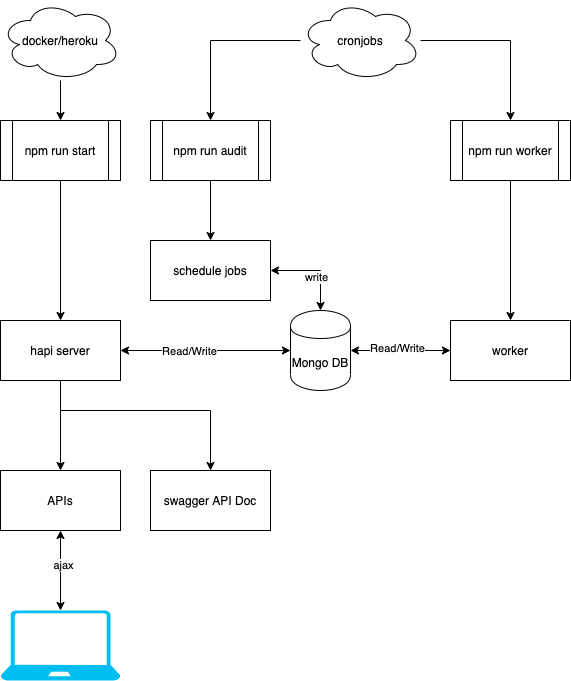
Earlier version of the draw.io export doc/assets/lhd_arch.png (lighthouse-dashboard/lighthouse-dashboard). Source tidied: cells renumbered, new cells last; positions are measured from the earlier drawing's top-left corner, leaving out a move shared by most shapes.
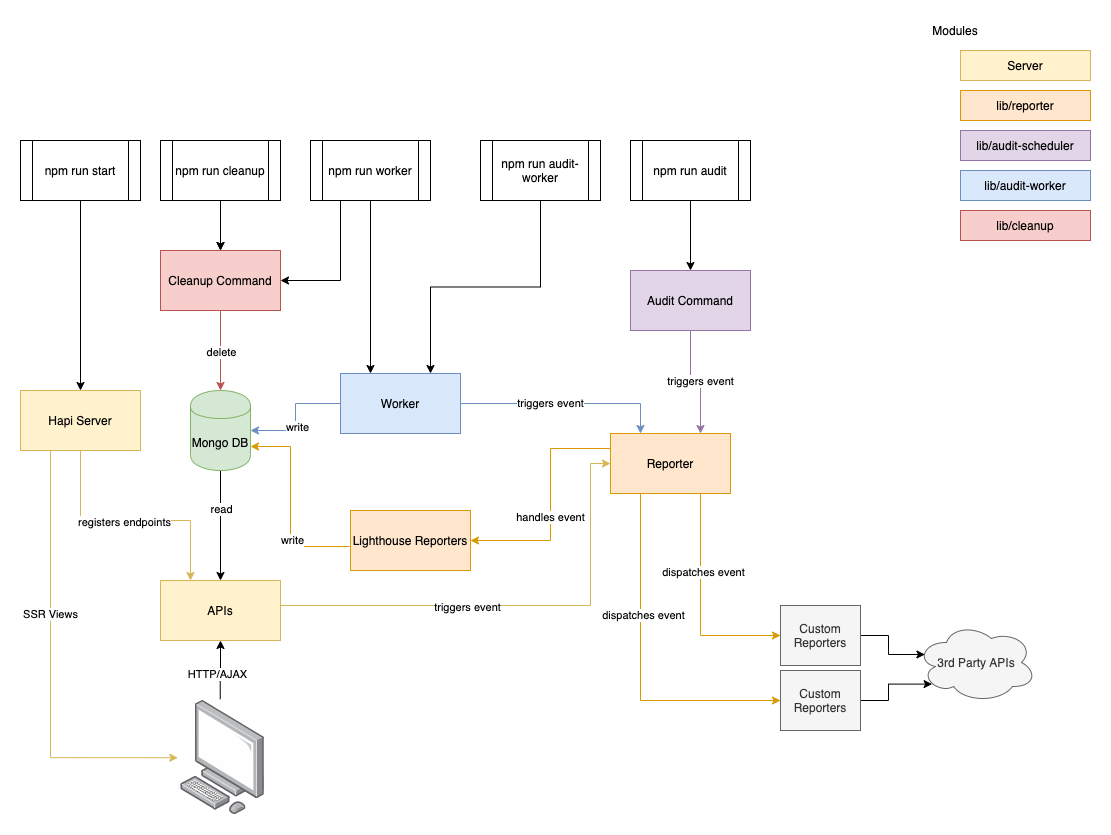
Later version of the same file.

Change to the diagram source:
```diff
@@ -1,95 +1,214 @@
-<mxGraphModel>
+<mxGraphModel background="#ffffff">
   <root>
     <mxCell id="0" />
     <mxCell id="1" parent="0" />
-    <mxCell id="2" style="edgeStyle=orthogonalEdgeStyle;rounded=0;jettySize=auto;html=1;" parent="1" edge="1" source="3" target="12">
-      <mxGeometry relative="1" as="geometry" />
-    </mxCell>
+    <mxCell id="30" style="edgeStyle=orthogonalEdgeStyle;rounded=0;jettySize=auto;html=1;" parent="1" edge="1" source="15" target="22">
+      <mxGeometry relative="1" as="geometry" />
+    </mxCell>
+    <mxCell id="31" value="read" style="edgeLabel;html=1;align=center;verticalAlign=middle;" parent="30" vertex="1">
+      <mxGeometry x="-0.31" relative="1" as="geometry" />
+    </mxCell>
+    <mxCell id="15" value="Mongo DB&lt;br&gt;" style="shape=cylinder;whiteSpace=wrap;html=1;boundedLbl=1;backgroundOutline=1;fillColor=#d5e8d4;strokeColor=#82b366;" parent="1" vertex="1">
+      <mxGeometry x="180" y="250" width="60" height="80" as="geometry" />
+    </mxCell>
+    <mxCell id="32" style="edgeStyle=orthogonalEdgeStyle;rounded=0;jettySize=auto;html=1;exitX=0.473;exitY=-0.012;exitDx=0;exitDy=0;exitPerimeter=0;" parent="1" edge="1" source="59" target="22">
+      <mxGeometry relative="1" as="geometry" />
+    </mxCell>
+    <mxCell id="33" value="HTTP/AJAX" style="edgeLabel;html=1;align=center;verticalAlign=middle;" parent="32" vertex="1">
+      <mxGeometry x="-0.16" y="3" relative="1" as="geometry" />
+    </mxCell>
+    <mxCell id="34" style="edgeStyle=orthogonalEdgeStyle;rounded=0;jettySize=auto;html=1;entryX=0;entryY=0.5;entryDx=0;entryDy=0;fillColor=#fff2cc;strokeColor=#d6b656;" parent="1" edge="1" source="22" target="58">
+      <mxGeometry relative="1" as="geometry">
+        <Array as="points">
+          <mxPoint x="580" y="465" />
+          <mxPoint x="580" y="323" />
+        </Array>
+      </mxGeometry>
+    </mxCell>
+    <mxCell id="35" value="triggers event" style="edgeLabel;html=1;align=center;verticalAlign=middle;" parent="34" vertex="1">
+      <mxGeometry x="-0.21" y="-1" relative="1" as="geometry" />
+    </mxCell>
+    <mxCell id="22" value="APIs" style="rounded=0;whiteSpace=wrap;html=1;fillColor=#fff2cc;strokeColor=#d6b656;" parent="1" vertex="1">
+      <mxGeometry x="150" y="440" width="120" height="60" as="geometry" />
+    </mxCell>
+    <mxCell id="36" style="edgeStyle=orthogonalEdgeStyle;rounded=0;jettySize=auto;html=1;entryX=1;entryY=0.5;entryDx=0;entryDy=0;fillColor=#dae8fc;strokeColor=#6c8ebf;" parent="1" edge="1" source="39" target="15">
+      <mxGeometry relative="1" as="geometry" />
+    </mxCell>
+    <mxCell id="37" value="write" style="edgeLabel;html=1;align=center;verticalAlign=middle;" parent="36" vertex="1">
+      <mxGeometry x="0.16" y="1" relative="1" as="geometry" />
+    </mxCell>
+    <mxCell id="38" value="triggers event" style="edgeStyle=orthogonalEdgeStyle;rounded=0;jettySize=auto;html=1;entryX=0.25;entryY=0;entryDx=0;entryDy=0;fillColor=#dae8fc;strokeColor=#6c8ebf;" parent="1" edge="1" source="39" target="58">
+      <mxGeometry x="-0.14" relative="1" as="geometry">
+        <Array as="points">
+          <mxPoint x="630" y="263" />
+        </Array>
+      </mxGeometry>
+    </mxCell>
+    <mxCell id="39" value="Worker" style="rounded=0;whiteSpace=wrap;html=1;fillColor=#dae8fc;strokeColor=#6c8ebf;" parent="1" vertex="1">
+      <mxGeometry x="330" y="233" width="120" height="60" as="geometry" />
+    </mxCell>
+    <mxCell id="40" style="edgeStyle=orthogonalEdgeStyle;rounded=0;jettySize=auto;html=1;entryX=0.75;entryY=0;entryDx=0;entryDy=0;exitX=0.5;exitY=1;exitDx=0;exitDy=0;fillColor=#e1d5e7;strokeColor=#9673a6;" parent="1" edge="1" source="42" target="58">
+      <mxGeometry relative="1" as="geometry" />
+    </mxCell>
+    <mxCell id="41" value="triggers event" style="edgeLabel;html=1;align=center;verticalAlign=middle;" parent="40" vertex="1">
+      <mxGeometry x="0.09" y="1" relative="1" as="geometry" />
+    </mxCell>
+    <mxCell id="42" value="Audit Command" style="rounded=0;whiteSpace=wrap;html=1;fillColor=#e1d5e7;strokeColor=#9673a6;" parent="1" vertex="1">
+      <mxGeometry x="620" y="130" width="120" height="60" as="geometry" />
+    </mxCell>
+    <mxCell id="43" style="edgeStyle=orthogonalEdgeStyle;rounded=0;jettySize=auto;html=1;entryX=0.5;entryY=0;entryDx=0;entryDy=0;" parent="1" edge="1" source="5" target="42">
+      <mxGeometry relative="1" as="geometry" />
+    </mxCell>
+    <mxCell id="5" value="npm run audit" style="shape=process;whiteSpace=wrap;html=1;backgroundOutline=1;" parent="1" vertex="1">
+      <mxGeometry x="620" width="120" height="60" as="geometry" />
+    </mxCell>
+    <mxCell id="44" style="edgeStyle=orthogonalEdgeStyle;rounded=0;jettySize=auto;html=1;entryX=0.75;entryY=0;entryDx=0;entryDy=0;exitX=0.5;exitY=1;exitDx=0;exitDy=0;" parent="1" edge="1" source="45" target="39">
+      <mxGeometry relative="1" as="geometry" />
+    </mxCell>
+    <mxCell id="45" value="npm run audit-worker" style="shape=process;whiteSpace=wrap;html=1;backgroundOutline=1;" parent="1" vertex="1">
+      <mxGeometry x="470" width="120" height="60" as="geometry" />
+    </mxCell>
+    <mxCell id="46" style="edgeStyle=orthogonalEdgeStyle;rounded=0;jettySize=auto;html=1;" parent="1" edge="1" source="3" target="51">
+      <mxGeometry relative="1" as="geometry" />
+    </mxCell>
     <mxCell id="3" value="npm run start" style="shape=process;whiteSpace=wrap;html=1;backgroundOutline=1;" parent="1" vertex="1">
-      <mxGeometry y="120" width="120" height="60" as="geometry" />
+      <mxGeometry x="10" width="120" height="60" as="geometry" />
     </mxCell>
-    <mxCell id="4" style="edgeStyle=orthogonalEdgeStyle;rounded=0;jettySize=auto;html=1;startArrow=none;startFill=0;" parent="1" edge="1" source="5" target="19">
-      <mxGeometry relative="1" as="geometry" />
-    </mxCell>
-    <mxCell id="5" value="npm run audit" style="shape=process;whiteSpace=wrap;html=1;backgroundOutline=1;" parent="1" vertex="1">
-      <mxGeometry x="150" y="120" width="120" height="60" as="geometry" />
-    </mxCell>
-    <mxCell id="6" style="edgeStyle=orthogonalEdgeStyle;rounded=0;jettySize=auto;html=1;startArrow=none;startFill=0;" parent="1" edge="1" source="7" target="16">
-      <mxGeometry relative="1" as="geometry" />
-    </mxCell>
+    <mxCell id="47" style="edgeStyle=orthogonalEdgeStyle;rounded=0;jettySize=auto;html=1;entryX=0.25;entryY=0;entryDx=0;entryDy=0;fillColor=#fff2cc;strokeColor=#d6b656;" parent="1" edge="1" source="51" target="22">
+      <mxGeometry relative="1" as="geometry">
+        <Array as="points">
+          <mxPoint x="70" y="380" />
+          <mxPoint x="180" y="380" />
+        </Array>
+      </mxGeometry>
+    </mxCell>
+    <mxCell id="48" value="registers endpoints" style="edgeLabel;html=1;align=center;verticalAlign=middle;" parent="47" vertex="1">
+      <mxGeometry x="-0.06" y="-1" relative="1" as="geometry" />
+    </mxCell>
+    <mxCell id="49" style="edgeStyle=orthogonalEdgeStyle;rounded=0;jettySize=auto;html=1;exitX=0.25;exitY=1;exitDx=0;exitDy=0;entryX=-0.033;entryY=0.504;entryDx=0;entryDy=0;entryPerimeter=0;fillColor=#fff2cc;strokeColor=#d6b656;" parent="1" edge="1" source="51" target="59">
+      <mxGeometry relative="1" as="geometry">
+        <Array as="points">
+          <mxPoint x="40" y="617" />
+        </Array>
+      </mxGeometry>
+    </mxCell>
+    <mxCell id="50" value="SSR Views" style="edgeLabel;html=1;align=center;verticalAlign=middle;" parent="49" vertex="1">
+      <mxGeometry x="-0.3" y="36" relative="1" as="geometry">
+        <mxPoint x="-36" y="11.7" as="offset" />
+      </mxGeometry>
+    </mxCell>
+    <mxCell id="51" value="Hapi Server" style="rounded=0;whiteSpace=wrap;html=1;fillColor=#fff2cc;strokeColor=#d6b656;" parent="1" vertex="1">
+      <mxGeometry x="10" y="250" width="120" height="60" as="geometry" />
+    </mxCell>
+    <mxCell id="52" style="edgeStyle=orthogonalEdgeStyle;rounded=0;jettySize=auto;html=1;entryX=1;entryY=0.7;entryDx=0;entryDy=0;fillColor=#ffe6cc;strokeColor=#d79b00;" parent="1" edge="1" target="15">
+      <mxGeometry relative="1" as="geometry">
+        <mxPoint x="339" y="406" as="sourcePoint" />
+        <Array as="points">
+          <mxPoint x="280" y="406" />
+          <mxPoint x="280" y="306" />
+        </Array>
+      </mxGeometry>
+    </mxCell>
+    <mxCell id="53" value="write" style="edgeLabel;html=1;align=center;verticalAlign=middle;" parent="52" vertex="1">
+      <mxGeometry x="-0.34" y="-1" relative="1" as="geometry" />
+    </mxCell>
+    <mxCell id="54" style="edgeStyle=orthogonalEdgeStyle;rounded=0;jettySize=auto;html=1;exitX=0.25;exitY=1;exitDx=0;exitDy=0;entryX=0;entryY=0.5;entryDx=0;entryDy=0;fillColor=#ffe6cc;strokeColor=#d79b00;" parent="1" edge="1" source="58" target="61">
+      <mxGeometry relative="1" as="geometry" />
+    </mxCell>
+    <mxCell id="55" value="dispatches event" style="edgeLabel;html=1;align=center;verticalAlign=middle;" parent="54" vertex="1">
+      <mxGeometry x="-0.3" y="2" relative="1" as="geometry" />
+    </mxCell>
+    <mxCell id="56" style="edgeStyle=orthogonalEdgeStyle;rounded=0;jettySize=auto;html=1;entryX=1;entryY=0.5;entryDx=0;entryDy=0;exitX=0;exitY=0.25;exitDx=0;exitDy=0;fillColor=#ffe6cc;strokeColor=#d79b00;" parent="1" edge="1" source="58" target="62">
+      <mxGeometry relative="1" as="geometry">
+        <Array as="points">
+          <mxPoint x="540" y="308" />
+          <mxPoint x="540" y="400" />
+        </Array>
+      </mxGeometry>
+    </mxCell>
+    <mxCell id="57" value="handles event" style="edgeLabel;html=1;align=center;verticalAlign=middle;" parent="56" vertex="1">
+      <mxGeometry x="0.1" y="-1" relative="1" as="geometry" />
+    </mxCell>
+    <mxCell id="58" value="Reporter" style="rounded=0;whiteSpace=wrap;html=1;fillColor=#ffe6cc;strokeColor=#d79b00;" parent="1" vertex="1">
+      <mxGeometry x="600" y="293" width="120" height="60" as="geometry" />
+    </mxCell>
+    <mxCell id="59" style="points=[];html=1;align=center;shadow=0;dashed=0;image;image=img/lib/allied_telesis/computer_and_terminals/Personal_Computer.svg;" parent="1" vertex="1">
+      <mxGeometry x="170.1" y="560" width="83.8" height="113.6" as="geometry" />
+    </mxCell>
+    <mxCell id="60" style="edgeStyle=orthogonalEdgeStyle;rounded=0;jettySize=auto;html=1;entryX=0.13;entryY=0.77;entryDx=0;entryDy=0;entryPerimeter=0;" parent="1" edge="1" source="61" target="67">
+      <mxGeometry relative="1" as="geometry" />
+    </mxCell>
+    <mxCell id="61" value="Custom Reporters" style="rounded=0;whiteSpace=wrap;html=1;fillColor=#f5f5f5;strokeColor=#666666;fontColor=#333333;" parent="1" vertex="1">
+      <mxGeometry x="770" y="530" width="80" height="60" as="geometry" />
+    </mxCell>
+    <mxCell id="62" value="Lighthouse Reporters" style="rounded=0;whiteSpace=wrap;html=1;fillColor=#ffe6cc;strokeColor=#d79b00;" parent="1" vertex="1">
+      <mxGeometry x="340" y="370" width="120" height="60" as="geometry" />
+    </mxCell>
+    <mxCell id="63" style="edgeStyle=orthogonalEdgeStyle;rounded=0;jettySize=auto;html=1;entryX=0.07;entryY=0.4;entryDx=0;entryDy=0;entryPerimeter=0;" parent="1" edge="1" source="64" target="67">
+      <mxGeometry relative="1" as="geometry" />
+    </mxCell>
+    <mxCell id="64" value="Custom Reporters" style="rounded=0;whiteSpace=wrap;html=1;fillColor=#f5f5f5;strokeColor=#666666;fontColor=#333333;" parent="1" vertex="1">
+      <mxGeometry x="770" y="465" width="80" height="60" as="geometry" />
+    </mxCell>
+    <mxCell id="65" style="edgeStyle=orthogonalEdgeStyle;rounded=0;jettySize=auto;html=1;exitX=0.75;exitY=1;exitDx=0;exitDy=0;entryX=0;entryY=0.5;entryDx=0;entryDy=0;fillColor=#ffe6cc;strokeColor=#d79b00;" parent="1" edge="1" source="58" target="64">
+      <mxGeometry relative="1" as="geometry" />
+    </mxCell>
+    <mxCell id="66" value="dispatches event" style="edgeLabel;html=1;align=center;verticalAlign=middle;" parent="65" vertex="1">
+      <mxGeometry x="-0.3" y="2" relative="1" as="geometry" />
+    </mxCell>
+    <mxCell id="67" value="3rd Party APIs" style="ellipse;shape=cloud;whiteSpace=wrap;html=1;fillColor=#f5f5f5;strokeColor=#666666;fontColor=#333333;" parent="1" vertex="1">
+      <mxGeometry x="906" y="482" width="120" height="80" as="geometry" />
+    </mxCell>
+    <mxCell id="68" style="edgeStyle=orthogonalEdgeStyle;rounded=0;jettySize=auto;html=1;" parent="1" edge="1" source="70" target="73">
+      <mxGeometry relative="1" as="geometry" />
+    </mxCell>
+    <mxCell id="69" style="edgeStyle=orthogonalEdgeStyle;rounded=0;jettySize=auto;html=1;" parent="1" edge="1" source="70" target="73">
+      <mxGeometry relative="1" as="geometry" />
+    </mxCell>
+    <mxCell id="70" value="npm run cleanup" style="shape=process;whiteSpace=wrap;html=1;backgroundOutline=1;" parent="1" vertex="1">
+      <mxGeometry x="150" width="120" height="60" as="geometry" />
+    </mxCell>
+    <mxCell id="71" style="edgeStyle=orthogonalEdgeStyle;rounded=0;jettySize=auto;html=1;entryX=0.5;entryY=0;entryDx=0;entryDy=0;fillColor=#f8cecc;strokeColor=#b85450;" parent="1" edge="1" source="73" target="15">
+      <mxGeometry relative="1" as="geometry" />
+    </mxCell>
+    <mxCell id="72" value="delete" style="edgeLabel;html=1;align=center;verticalAlign=middle;" parent="71" vertex="1">
+      <mxGeometry x="0.02" relative="1" as="geometry" />
+    </mxCell>
+    <mxCell id="73" value="Cleanup Command" style="rounded=0;whiteSpace=wrap;html=1;fillColor=#f8cecc;strokeColor=#b85450;" parent="1" vertex="1">
+      <mxGeometry x="150" y="110" width="120" height="60" as="geometry" />
+    </mxCell>
+    <mxCell id="74" style="edgeStyle=orthogonalEdgeStyle;rounded=0;jettySize=auto;html=1;entryX=0.25;entryY=0;entryDx=0;entryDy=0;" parent="1" edge="1" source="7" target="39">
+      <mxGeometry relative="1" as="geometry" />
+    </mxCell>
+    <mxCell id="75" style="edgeStyle=orthogonalEdgeStyle;rounded=0;jettySize=auto;html=1;entryX=1;entryY=0.5;entryDx=0;entryDy=0;exitX=0.25;exitY=1;exitDx=0;exitDy=0;" parent="1" edge="1" source="7" target="73">
+      <mxGeometry relative="1" as="geometry" />
+    </mxCell>
     <mxCell id="7" value="npm run worker" style="shape=process;whiteSpace=wrap;html=1;backgroundOutline=1;" parent="1" vertex="1">
-      <mxGeometry x="450" y="120" width="120" height="60" as="geometry" />
+      <mxGeometry x="300" width="120" height="60" as="geometry" />
     </mxCell>
-    <mxCell id="8" style="edgeStyle=orthogonalEdgeStyle;rounded=0;jettySize=auto;html=1;entryX=0;entryY=0.5;entryDx=0;entryDy=0;startArrow=classic;startFill=1;" parent="1" edge="1" source="12" target="15">
-      <mxGeometry relative="1" as="geometry" />
-    </mxCell>
-    <mxCell id="9" value="Read/Write&lt;br&gt;" style="edgeLabel;html=1;align=center;verticalAlign=middle;" parent="8" vertex="1">
-      <mxGeometry x="-0.2" relative="1" as="geometry" />
-    </mxCell>
-    <mxCell id="10" style="edgeStyle=orthogonalEdgeStyle;rounded=0;jettySize=auto;html=1;entryX=0.5;entryY=0;entryDx=0;entryDy=0;startArrow=none;startFill=0;" parent="1" edge="1" source="12" target="22">
-      <mxGeometry relative="1" as="geometry" />
-    </mxCell>
-    <mxCell id="11" style="edgeStyle=orthogonalEdgeStyle;rounded=0;jettySize=auto;html=1;startArrow=none;startFill=0;" parent="1" edge="1" source="12" target="29">
-      <mxGeometry relative="1" as="geometry">
-        <Array as="points">
-          <mxPoint x="60" y="410" />
-          <mxPoint x="210" y="410" />
-        </Array>
-      </mxGeometry>
-    </mxCell>
-    <mxCell id="12" value="hapi server" style="rounded=0;whiteSpace=wrap;html=1;" parent="1" vertex="1">
-      <mxGeometry y="320" width="120" height="60" as="geometry" />
-    </mxCell>
-    <mxCell id="13" style="edgeStyle=orthogonalEdgeStyle;rounded=0;jettySize=auto;html=1;startArrow=classic;startFill=1;" parent="1" edge="1" source="15" target="16">
-      <mxGeometry relative="1" as="geometry" />
-    </mxCell>
-    <mxCell id="14" value="Read/Write" style="edgeLabel;html=1;align=center;verticalAlign=middle;" parent="13" vertex="1">
-      <mxGeometry x="-0.08" y="3" relative="1" as="geometry" />
-    </mxCell>
-    <mxCell id="15" value="Mongo DB" style="shape=cylinder;whiteSpace=wrap;html=1;boundedLbl=1;backgroundOutline=1;" parent="1" vertex="1">
-      <mxGeometry x="290" y="310" width="60" height="80" as="geometry" />
-    </mxCell>
-    <mxCell id="16" value="worker" style="rounded=0;whiteSpace=wrap;html=1;" parent="1" vertex="1">
-      <mxGeometry x="450" y="320" width="120" height="60" as="geometry" />
-    </mxCell>
-    <mxCell id="17" style="edgeStyle=orthogonalEdgeStyle;rounded=0;jettySize=auto;html=1;startArrow=classic;startFill=1;" parent="1" edge="1" source="19" target="15">
-      <mxGeometry relative="1" as="geometry" />
-    </mxCell>
-    <mxCell id="18" value="write" style="edgeLabel;html=1;align=center;verticalAlign=middle;" parent="17" vertex="1">
-      <mxGeometry y="-6" relative="1" as="geometry" />
-    </mxCell>
-    <mxCell id="19" value="schedule jobs" style="rounded=0;whiteSpace=wrap;html=1;" parent="1" vertex="1">
-      <mxGeometry x="150" y="240" width="120" height="60" as="geometry" />
-    </mxCell>
-    <mxCell id="20" style="edgeStyle=orthogonalEdgeStyle;rounded=0;jettySize=auto;html=1;startArrow=classic;startFill=1;" parent="1" edge="1" source="22" target="23">
-      <mxGeometry relative="1" as="geometry" />
-    </mxCell>
-    <mxCell id="21" value="ajax" style="edgeLabel;html=1;align=center;verticalAlign=middle;" parent="20" vertex="1">
-      <mxGeometry x="-0.15" y="2" relative="1" as="geometry" />
-    </mxCell>
-    <mxCell id="22" value="APIs" style="rounded=0;whiteSpace=wrap;html=1;" parent="1" vertex="1">
-      <mxGeometry y="470" width="120" height="60" as="geometry" />
-    </mxCell>
-    <mxCell id="23" style="verticalLabelPosition=bottom;html=1;verticalAlign=top;align=center;strokeColor=none;fillColor=#00BEF2;shape=mxgraph.azure.laptop;" parent="1" vertex="1">
-      <mxGeometry y="610" width="120" height="70" as="geometry" />
-    </mxCell>
-    <mxCell id="24" style="edgeStyle=orthogonalEdgeStyle;rounded=0;jettySize=auto;html=1;startArrow=none;startFill=0;" parent="1" edge="1" source="26" target="7">
-      <mxGeometry relative="1" as="geometry" />
-    </mxCell>
-    <mxCell id="25" style="edgeStyle=orthogonalEdgeStyle;rounded=0;jettySize=auto;html=1;startArrow=none;startFill=0;" parent="1" edge="1" source="26" target="5">
-      <mxGeometry relative="1" as="geometry" />
-    </mxCell>
-    <mxCell id="26" value="cronjobs" style="ellipse;shape=cloud;whiteSpace=wrap;html=1;" parent="1" vertex="1">
-      <mxGeometry x="300" width="120" height="80" as="geometry" />
-    </mxCell>
-    <mxCell id="27" style="edgeStyle=orthogonalEdgeStyle;rounded=0;jettySize=auto;html=1;startArrow=none;startFill=0;" parent="1" edge="1" source="28" target="3">
-      <mxGeometry relative="1" as="geometry" />
-    </mxCell>
-    <mxCell id="28" value="docker/heroku" style="ellipse;shape=cloud;whiteSpace=wrap;html=1;" parent="1" vertex="1">
-      <mxGeometry width="120" height="80" as="geometry" />
-    </mxCell>
-    <mxCell id="29" value="swagger API Doc" style="rounded=0;whiteSpace=wrap;html=1;" parent="1" vertex="1">
-      <mxGeometry x="150" y="470" width="120" height="60" as="geometry" />
-    </mxCell>
+    <mxCell id="76" style="group;" parent="1" vertex="1">
+      <mxGeometry x="920" y="-120" width="160" height="220" as="geometry" />
+    </mxCell>
+    <mxCell id="77" style="group;" parent="76" vertex="1">
+      <mxGeometry x="30" y="30" width="130" height="150" as="geometry" />
+    </mxCell>
+    <mxCell id="78" value="Server" style="rounded=0;whiteSpace=wrap;html=1;fillColor=#fff2cc;strokeColor=#d6b656;" parent="77" vertex="1">
+      <mxGeometry width="130" height="30" as="geometry" />
+    </mxCell>
+    <mxCell id="79" value="lib/audit-scheduler" style="rounded=0;whiteSpace=wrap;html=1;fillColor=#e1d5e7;strokeColor=#9673a6;" parent="77" vertex="1">
+      <mxGeometry y="80" width="130" height="30" as="geometry" />
+    </mxCell>
+    <mxCell id="80" value="lib/reporter" style="rounded=0;whiteSpace=wrap;html=1;fillColor=#ffe6cc;strokeColor=#d79b00;" parent="77" vertex="1">
+      <mxGeometry y="40" width="130" height="30" as="geometry" />
+    </mxCell>
+    <mxCell id="81" value="lib/audit-worker" style="rounded=0;whiteSpace=wrap;html=1;fillColor=#dae8fc;strokeColor=#6c8ebf;" parent="77" vertex="1">
+      <mxGeometry y="120" width="130" height="30" as="geometry" />
+    </mxCell>
+    <mxCell id="82" value="lib/cleanup" style="rounded=0;whiteSpace=wrap;html=1;fillColor=#f8cecc;strokeColor=#b85450;" parent="76" vertex="1">
+      <mxGeometry x="30" y="190" width="130" height="30" as="geometry" />
+    </mxCell>
+    <mxCell id="83" value="Modules" style="text;html=1;strokeColor=none;fillColor=none;align=center;verticalAlign=middle;whiteSpace=wrap;rounded=0;" parent="76" vertex="1">
+      <mxGeometry width="50" height="20" as="geometry" />
+    </mxCell>
   </root>
 </mxGraphModel>
```
